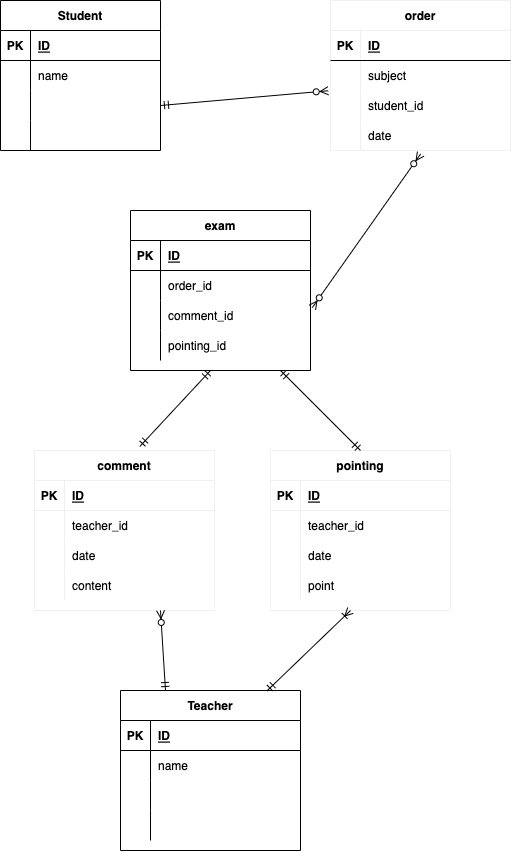
Yokovzjhd2/databaseensyuu keeps this draw.io diagram as practice.drawio.png. Above is the earlier version. Source tidied: cells renumbered, new cells last; positions are measured from the earlier drawing's top-left corner, leaving out a move shared by most shapes.
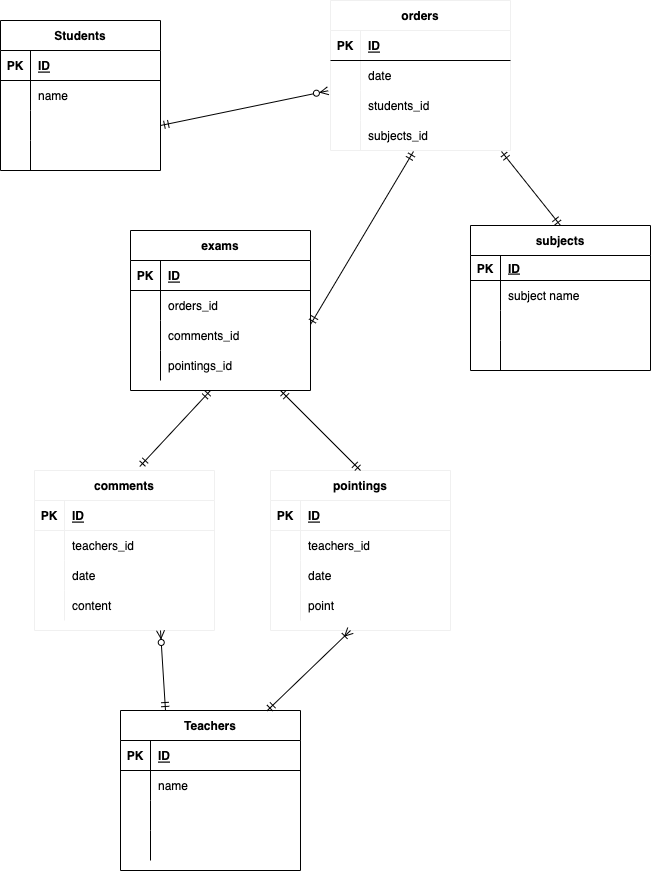
After the change.

What changed in the source:
```diff
@@ -2,7 +2,7 @@
   <root>
     <mxCell id="0" />
     <mxCell id="1" parent="0" />
-    <mxCell id="2" value="Student" style="shape=table;startSize=30;rowLines=0;fontStyle=1;align=center;" parent="1" vertex="1">
+    <mxCell id="2" value="Students" style="shape=table;startSize=30;rowLines=0;fontStyle=1;align=center;" parent="1" vertex="1">
       <mxGeometry width="160" height="150" as="geometry" />
     </mxCell>
     <mxCell id="3" style="shape=partialRectangle;fillColor=none;top=0;left=0;bottom=1;right=0;" parent="2" vertex="1">
@@ -41,7 +41,7 @@
     <mxCell id="14" style="shape=partialRectangle;fillColor=none;top=0;left=0;bottom=0;right=0;align=left;spacingLeft=6;overflow=hidden;" parent="12" vertex="1">
       <mxGeometry x="30" width="130" height="30" as="geometry" />
     </mxCell>
-    <mxCell id="15" value="Teacher" style="shape=table;startSize=30;rowLines=0;fontStyle=1;align=center;" parent="1" vertex="1">
+    <mxCell id="15" value="Teachers" style="shape=table;startSize=30;rowLines=0;fontStyle=1;align=center;" parent="1" vertex="1">
       <mxGeometry x="120" y="690" width="180" height="160" as="geometry" />
     </mxCell>
     <mxCell id="16" style="shape=partialRectangle;fillColor=none;top=0;left=0;bottom=1;right=0;" parent="15" vertex="1">
@@ -80,8 +80,8 @@
     <mxCell id="27" style="shape=partialRectangle;fillColor=none;top=0;left=0;bottom=0;right=0;align=left;spacingLeft=6;overflow=hidden;" parent="25" vertex="1">
       <mxGeometry x="30" width="150" height="30" as="geometry" />
     </mxCell>
-    <mxCell id="28" value="order" style="shape=table;startSize=30;rowLines=0;fontStyle=1;align=center;strokeColor=#F0F0F0;" parent="1" vertex="1">
-      <mxGeometry x="330" width="180" height="150" as="geometry" />
+    <mxCell id="28" value="orders" style="shape=table;startSize=30;rowLines=0;fontStyle=1;align=center;strokeColor=#F0F0F0;" parent="1" vertex="1">
+      <mxGeometry x="330" y="-20" width="180" height="150" as="geometry" />
     </mxCell>
     <mxCell id="29" style="shape=partialRectangle;fillColor=none;top=0;left=0;bottom=1;right=0;" parent="28" vertex="1">
       <mxGeometry y="30" width="180" height="30" as="geometry" />
@@ -98,7 +98,7 @@
     <mxCell id="33" style="shape=partialRectangle;fillColor=none;top=0;left=0;bottom=0;right=0;overflow=hidden;" parent="32" vertex="1">
       <mxGeometry width="30" height="30" as="geometry" />
     </mxCell>
-    <mxCell id="34" value="subject" style="shape=partialRectangle;fillColor=none;top=0;left=0;bottom=0;right=0;align=left;spacingLeft=6;overflow=hidden;" parent="32" vertex="1">
+    <mxCell id="34" value="date" style="shape=partialRectangle;fillColor=none;top=0;left=0;bottom=0;right=0;align=left;spacingLeft=6;overflow=hidden;" parent="32" vertex="1">
       <mxGeometry x="30" width="150" height="30" as="geometry" />
     </mxCell>
     <mxCell id="35" style="shape=partialRectangle;fillColor=none;top=0;left=0;bottom=0;right=0;points=[[0,0.5],[1,0.5]];portConstraint=eastwest;" parent="28" vertex="1">
@@ -107,7 +107,7 @@
     <mxCell id="36" style="shape=partialRectangle;fillColor=none;top=0;left=0;bottom=0;right=0;overflow=hidden;" parent="35" vertex="1">
       <mxGeometry width="30" height="30" as="geometry" />
     </mxCell>
-    <mxCell id="37" value="student_id" style="shape=partialRectangle;fillColor=none;top=0;left=0;bottom=0;right=0;align=left;spacingLeft=6;overflow=hidden;" parent="35" vertex="1">
+    <mxCell id="37" value="students_id" style="shape=partialRectangle;fillColor=none;top=0;left=0;bottom=0;right=0;align=left;spacingLeft=6;overflow=hidden;" parent="35" vertex="1">
       <mxGeometry x="30" width="150" height="30" as="geometry" />
     </mxCell>
     <mxCell id="38" style="shape=partialRectangle;fillColor=none;top=0;left=0;bottom=0;right=0;points=[[0,0.5],[1,0.5]];portConstraint=eastwest;" parent="28" vertex="1">
@@ -116,10 +116,10 @@
     <mxCell id="39" style="shape=partialRectangle;fillColor=none;top=0;left=0;bottom=0;right=0;overflow=hidden;" parent="38" vertex="1">
       <mxGeometry width="30" height="30" as="geometry" />
     </mxCell>
-    <mxCell id="40" value="date" style="shape=partialRectangle;fillColor=none;top=0;left=0;bottom=0;right=0;align=left;spacingLeft=6;overflow=hidden;" parent="38" vertex="1">
+    <mxCell id="40" value="subjects_id" style="shape=partialRectangle;fillColor=none;top=0;left=0;bottom=0;right=0;align=left;spacingLeft=6;overflow=hidden;" parent="38" vertex="1">
       <mxGeometry x="30" width="150" height="30" as="geometry" />
     </mxCell>
-    <mxCell id="41" value="exam" style="shape=table;startSize=30;rowLines=0;fontStyle=1;align=center;" parent="1" vertex="1">
+    <mxCell id="41" value="exams" style="shape=table;startSize=30;rowLines=0;fontStyle=1;align=center;" parent="1" vertex="1">
       <mxGeometry x="130" y="210" width="180" height="160" as="geometry" />
     </mxCell>
     <mxCell id="42" style="shape=partialRectangle;fillColor=none;top=0;left=0;bottom=1;right=0;" parent="41" vertex="1">
@@ -137,7 +137,7 @@
     <mxCell id="46" style="shape=partialRectangle;fillColor=none;top=0;left=0;bottom=0;right=0;overflow=hidden;" parent="45" vertex="1">
       <mxGeometry width="30" height="30" as="geometry" />
     </mxCell>
-    <mxCell id="47" value="order_id" style="shape=partialRectangle;fillColor=none;top=0;left=0;bottom=0;right=0;align=left;spacingLeft=6;overflow=hidden;" parent="45" vertex="1">
+    <mxCell id="47" value="orders_id" style="shape=partialRectangle;fillColor=none;top=0;left=0;bottom=0;right=0;align=left;spacingLeft=6;overflow=hidden;" parent="45" vertex="1">
       <mxGeometry x="30" width="150" height="30" as="geometry" />
     </mxCell>
     <mxCell id="48" style="shape=partialRectangle;fillColor=none;top=0;left=0;bottom=0;right=0;points=[[0,0.5],[1,0.5]];portConstraint=eastwest;" parent="41" vertex="1">
@@ -146,7 +146,7 @@
     <mxCell id="49" style="shape=partialRectangle;fillColor=none;top=0;left=0;bottom=0;right=0;overflow=hidden;" parent="48" vertex="1">
       <mxGeometry width="30" height="30" as="geometry" />
     </mxCell>
-    <mxCell id="50" value="comment_id" style="shape=partialRectangle;fillColor=none;top=0;left=0;bottom=0;right=0;align=left;spacingLeft=6;overflow=hidden;" parent="48" vertex="1">
+    <mxCell id="50" value="comments_id" style="shape=partialRectangle;fillColor=none;top=0;left=0;bottom=0;right=0;align=left;spacingLeft=6;overflow=hidden;" parent="48" vertex="1">
       <mxGeometry x="30" width="150" height="30" as="geometry" />
     </mxCell>
     <mxCell id="51" style="shape=partialRectangle;fillColor=none;top=0;left=0;bottom=0;right=0;" parent="41" vertex="1">
@@ -155,10 +155,10 @@
     <mxCell id="52" style="shape=partialRectangle;fillColor=none;top=0;left=0;bottom=0;right=0;overflow=hidden;" parent="51" vertex="1">
       <mxGeometry width="30" height="30" as="geometry" />
     </mxCell>
-    <mxCell id="53" value="pointing_id" style="shape=partialRectangle;fillColor=none;top=0;left=0;bottom=0;right=0;align=left;spacingLeft=6;overflow=hidden;" parent="51" vertex="1">
+    <mxCell id="53" value="pointings_id" style="shape=partialRectangle;fillColor=none;top=0;left=0;bottom=0;right=0;align=left;spacingLeft=6;overflow=hidden;" parent="51" vertex="1">
       <mxGeometry x="30" width="150" height="30" as="geometry" />
     </mxCell>
-    <mxCell id="54" value="comment" style="shape=table;startSize=30;rowLines=0;fontStyle=1;align=center;strokeColor=#F0F0F0;" parent="1" vertex="1">
+    <mxCell id="54" value="comments" style="shape=table;startSize=30;rowLines=0;fontStyle=1;align=center;strokeColor=#F0F0F0;" parent="1" vertex="1">
       <mxGeometry x="34" y="450" width="180" height="160" as="geometry" />
     </mxCell>
     <mxCell id="55" style="shape=partialRectangle;fillColor=none;top=0;left=0;bottom=1;right=0;strokeColor=#F0F0F0;" parent="54" vertex="1">
@@ -176,7 +176,7 @@
     <mxCell id="59" style="shape=partialRectangle;fillColor=none;top=0;left=0;bottom=0;right=0;overflow=hidden;strokeColor=#F0F0F0;" parent="58" vertex="1">
       <mxGeometry width="30" height="30" as="geometry" />
     </mxCell>
-    <mxCell id="60" value="teacher_id" style="shape=partialRectangle;fillColor=none;top=0;left=0;bottom=0;right=0;align=left;spacingLeft=6;overflow=hidden;strokeColor=#F0F0F0;" parent="58" vertex="1">
+    <mxCell id="60" value="teachers_id" style="shape=partialRectangle;fillColor=none;top=0;left=0;bottom=0;right=0;align=left;spacingLeft=6;overflow=hidden;strokeColor=#F0F0F0;" parent="58" vertex="1">
       <mxGeometry x="30" width="150" height="30" as="geometry" />
     </mxCell>
     <mxCell id="61" style="shape=partialRectangle;fillColor=none;top=0;left=0;bottom=0;right=0;strokeColor=#F0F0F0;" parent="54" vertex="1">
@@ -197,7 +197,7 @@
     <mxCell id="66" value="content" style="shape=partialRectangle;fillColor=none;top=0;left=0;bottom=0;right=0;align=left;spacingLeft=6;overflow=hidden;strokeColor=#F0F0F0;" parent="64" vertex="1">
       <mxGeometry x="30" width="150" height="30" as="geometry" />
     </mxCell>
-    <mxCell id="67" value="pointing" style="shape=table;startSize=30;rowLines=0;fontStyle=1;align=center;strokeColor=#F0F0F0;" parent="1" vertex="1">
+    <mxCell id="67" value="pointings" style="shape=table;startSize=30;rowLines=0;fontStyle=1;align=center;strokeColor=#F0F0F0;" parent="1" vertex="1">
       <mxGeometry x="270" y="450" width="180" height="160" as="geometry" />
     </mxCell>
     <mxCell id="68" style="shape=partialRectangle;fillColor=none;top=0;left=0;bottom=1;right=0;strokeColor=#F0F0F0;" parent="67" vertex="1">
@@ -215,7 +215,7 @@
     <mxCell id="72" style="shape=partialRectangle;fillColor=none;top=0;left=0;bottom=0;right=0;overflow=hidden;strokeColor=#F0F0F0;" parent="71" vertex="1">
       <mxGeometry width="30" height="30" as="geometry" />
     </mxCell>
-    <mxCell id="73" value="teacher_id" style="shape=partialRectangle;fillColor=none;top=0;left=0;bottom=0;right=0;align=left;spacingLeft=6;overflow=hidden;strokeColor=#F0F0F0;" parent="71" vertex="1">
+    <mxCell id="73" value="teachers_id" style="shape=partialRectangle;fillColor=none;top=0;left=0;bottom=0;right=0;align=left;spacingLeft=6;overflow=hidden;strokeColor=#F0F0F0;" parent="71" vertex="1">
       <mxGeometry x="30" width="150" height="30" as="geometry" />
     </mxCell>
     <mxCell id="74" style="shape=partialRectangle;fillColor=none;top=0;left=0;bottom=0;right=0;strokeColor=#F0F0F0;" parent="67" vertex="1">
@@ -239,9 +239,6 @@
     <mxCell id="80" style="fontSize=12;html=1;endArrow=ERzeroToMany;startArrow=ERmandOne;exitX=1;exitY=0.5;exitDx=0;exitDy=0;entryX=-0.013;entryY=0.009;entryDx=0;entryDy=0;entryPerimeter=0;" parent="1" edge="1" source="9" target="35">
       <mxGeometry relative="1" as="geometry" />
     </mxCell>
-    <mxCell id="81" style="fontSize=12;html=1;endArrow=ERzeroToMany;endFill=1;startArrow=ERzeroToMany;entryX=0.501;entryY=1.114;entryDx=0;entryDy=0;entryPerimeter=0;exitX=1.01;exitY=0.237;exitDx=0;exitDy=0;exitPerimeter=0;" parent="1" edge="1" source="48" target="38">
-      <mxGeometry relative="1" as="geometry" />
-    </mxCell>
     <mxCell id="82" style="fontSize=12;html=1;endArrow=ERzeroToMany;startArrow=ERmandOne;exitX=0.25;exitY=0;exitDx=0;exitDy=0;" parent="1" edge="1" source="15">
       <mxGeometry relative="1" as="geometry">
         <mxPoint x="160" y="610" as="targetPoint" />
@@ -262,5 +259,50 @@
         <mxPoint x="280" y="370" as="targetPoint" />
       </mxGeometry>
     </mxCell>
+    <mxCell id="81" style="fontSize=12;html=1;endArrow=ERmandOne;startArrow=ERmandOne;entryX=0.461;entryY=1.033;entryDx=0;entryDy=0;entryPerimeter=0;exitX=1;exitY=0.133;exitDx=0;exitDy=0;exitPerimeter=0;" parent="1" edge="1" source="48" target="38">
+      <mxGeometry relative="1" as="geometry" />
+    </mxCell>
+    <mxCell id="86" value="subjects" style="shape=table;startSize=30;rowLines=0;fontStyle=1;align=center;" parent="1" vertex="1">
+      <mxGeometry x="470" y="205" width="180" height="145" as="geometry" />
+    </mxCell>
+    <mxCell id="87" style="shape=partialRectangle;fillColor=none;top=0;left=0;bottom=1;right=0;" parent="86" vertex="1">
+      <mxGeometry y="30" width="180" height="25" as="geometry" />
+    </mxCell>
+    <mxCell id="88" value="PK" style="shape=partialRectangle;fillColor=none;top=0;left=0;bottom=0;right=0;fontStyle=1;overflow=hidden;" parent="87" vertex="1">
+      <mxGeometry width="30" height="25" as="geometry" />
+    </mxCell>
+    <mxCell id="89" value="ID" style="shape=partialRectangle;fillColor=none;top=0;left=0;bottom=0;right=0;align=left;spacingLeft=6;fontStyle=5;overflow=hidden;" parent="87" vertex="1">
+      <mxGeometry x="30" width="150" height="25" as="geometry" />
+    </mxCell>
+    <mxCell id="90" style="shape=partialRectangle;fillColor=none;top=0;left=0;bottom=0;right=0;" parent="86" vertex="1">
+      <mxGeometry y="55" width="180" height="30" as="geometry" />
+    </mxCell>
+    <mxCell id="91" style="shape=partialRectangle;fillColor=none;top=0;left=0;bottom=0;right=0;overflow=hidden;" parent="90" vertex="1">
+      <mxGeometry width="30" height="30" as="geometry" />
+    </mxCell>
+    <mxCell id="92" value="subject name" style="shape=partialRectangle;fillColor=none;top=0;left=0;bottom=0;right=0;align=left;spacingLeft=6;overflow=hidden;" parent="90" vertex="1">
+      <mxGeometry x="30" width="150" height="30" as="geometry" />
+    </mxCell>
+    <mxCell id="93" style="shape=partialRectangle;fillColor=none;top=0;left=0;bottom=0;right=0;" parent="86" vertex="1">
+      <mxGeometry y="85" width="180" height="30" as="geometry" />
+    </mxCell>
+    <mxCell id="94" style="shape=partialRectangle;fillColor=none;top=0;left=0;bottom=0;right=0;overflow=hidden;" parent="93" vertex="1">
+      <mxGeometry width="30" height="30" as="geometry" />
+    </mxCell>
+    <mxCell id="95" style="shape=partialRectangle;fillColor=none;top=0;left=0;bottom=0;right=0;align=left;spacingLeft=6;overflow=hidden;" parent="93" vertex="1">
+      <mxGeometry x="30" width="150" height="30" as="geometry" />
+    </mxCell>
+    <mxCell id="96" style="shape=partialRectangle;fillColor=none;top=0;left=0;bottom=0;right=0;" parent="86" vertex="1">
+      <mxGeometry y="115" width="180" height="30" as="geometry" />
+    </mxCell>
+    <mxCell id="97" style="shape=partialRectangle;fillColor=none;top=0;left=0;bottom=0;right=0;overflow=hidden;" parent="96" vertex="1">
+      <mxGeometry width="30" height="30" as="geometry" />
+    </mxCell>
+    <mxCell id="98" style="shape=partialRectangle;fillColor=none;top=0;left=0;bottom=0;right=0;align=left;spacingLeft=6;overflow=hidden;" parent="96" vertex="1">
+      <mxGeometry x="30" width="150" height="30" as="geometry" />
+    </mxCell>
+    <mxCell id="99" style="fontSize=12;html=1;endArrow=ERmandOne;startArrow=ERmandOne;entryX=0.5;entryY=0;entryDx=0;entryDy=0;exitX=0.95;exitY=1.033;exitDx=0;exitDy=0;exitPerimeter=0;" parent="1" edge="1" source="38" target="86">
+      <mxGeometry relative="1" as="geometry" />
+    </mxCell>
   </root>
 </mxGraphModel>
```
